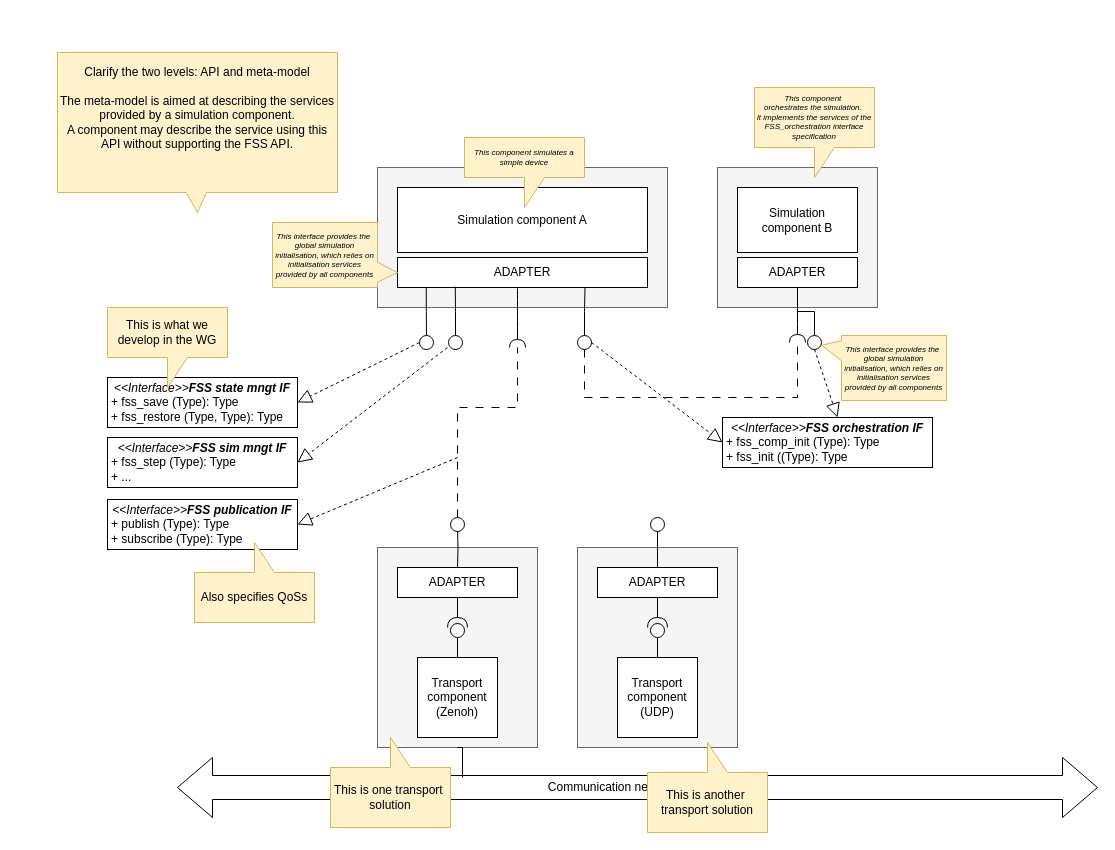
Earlier version of the draw.io diagram Diagramme sans nom.drawio (ericjenn/FSS). Source tidied: cells renumbered, new cells numbered last; positions are measured from the earlier drawing's top-left corner, leaving out a move shared by most shapes. Both pictures are drawn from the tidied source at 100%, with x=0, y=0 at pixel (57, 52). Pictures stored in the file or linked from it are replaced by grey dashed boxes.
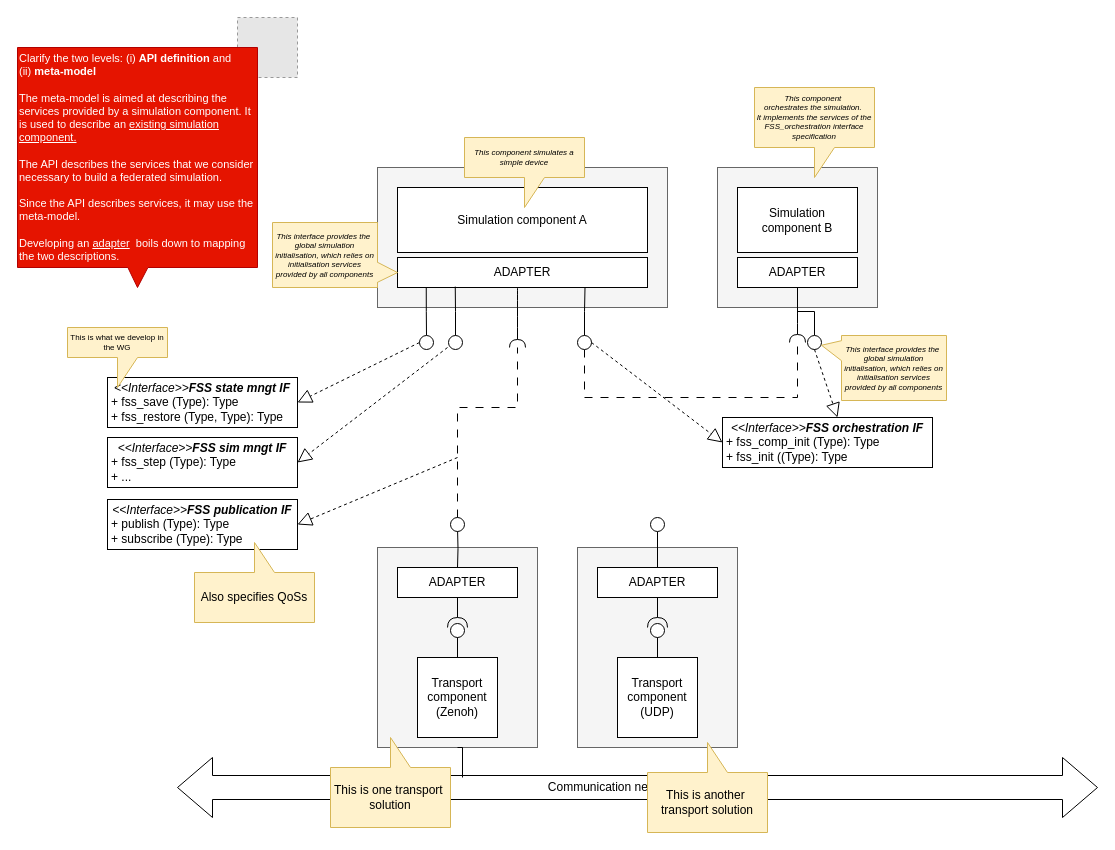
The same page after the edit.

Commit message:
Mettre à jour Diagramme sans nom.drawio

What changed in the source:
```diff
@@
+    <mxCell id="60" style="fillColor=#E6E6E6;strokeColor=#999999;dashed=1;verticalLabelPosition=bottom;labelBackgroundColor=default;verticalAlign=top;" parent="1" vertex="1">
+      <mxGeometry x="180" y="-35" width="60" height="60" as="geometry" />
+    </mxCell>
@@
-    <mxCell id="58" value="This is what we develop in the WG" style="shape=callout;whiteSpace=wrap;html=1;perimeter=calloutPerimeter;fillColor=#fff2cc;strokeColor=#d6b656;" parent="1" vertex="1">
-      <mxGeometry x="50" y="255" width="120" height="80" as="geometry" />
+    <mxCell id="58" value="This is what we develop in the WG" style="shape=callout;whiteSpace=wrap;html=1;perimeter=calloutPerimeter;fillColor=#fff2cc;strokeColor=#d6b656;fontSize=8;" parent="1" vertex="1">
+      <mxGeometry x="10" y="275" width="100" height="60" as="geometry" />
     </mxCell>
-    <mxCell id="59" value="Clarify the two levels: API and meta-model&lt;div&gt;&lt;br&gt;&lt;/div&gt;&lt;div&gt;The meta-model is aimed at describing the services provided by a simulation component.&lt;/div&gt;&lt;div&gt;A component may describe the service using this API without supporting the FSS API.&lt;/div&gt;&lt;div&gt;&lt;br&gt;&lt;div&gt;&lt;br&gt;&lt;/div&gt;&lt;/div&gt;" style="shape=callout;whiteSpace=wrap;html=1;perimeter=calloutPerimeter;fillColor=#fff2cc;strokeColor=#d6b656;size=20;position=0.46;position2=0.5;" parent="1" vertex="1">
-      <mxGeometry width="280" height="160" as="geometry" />
+    <mxCell id="59" value="Clarify the two levels: (i)&amp;nbsp;&lt;b&gt;API definition &lt;/b&gt;and (ii)&amp;nbsp;&lt;b&gt;meta-model&lt;/b&gt;&lt;div style=&quot;font-size: 11px;&quot;&gt;&lt;br style=&quot;font-size: 11px;&quot;&gt;&lt;/div&gt;&lt;div style=&quot;font-size: 11px;&quot;&gt;The meta-model is aimed at describing the services provided by a simulation component. It is used to describe an &lt;u&gt;existing simulation component.&lt;/u&gt;&lt;/div&gt;&lt;div style=&quot;font-size: 11px;&quot;&gt;&lt;u&gt;&lt;br&gt;&lt;/u&gt;&lt;/div&gt;&lt;div style=&quot;font-size: 11px;&quot;&gt;The API describes the services that we consider necessary to build a federated simulation.&amp;nbsp;&lt;/div&gt;&lt;div style=&quot;font-size: 11px;&quot;&gt;&lt;br&gt;&lt;/div&gt;&lt;div style=&quot;font-size: 11px;&quot;&gt;Since the API describes services, it may use the meta-model.&amp;nbsp;&lt;/div&gt;&lt;div style=&quot;font-size: 11px;&quot;&gt;&lt;br&gt;&lt;/div&gt;&lt;div style=&quot;font-size: 11px;&quot;&gt;Developing an &lt;u&gt;adapter&lt;/u&gt;&amp;nbsp; boils down to mapping the two descriptions.&amp;nbsp;&lt;/div&gt;" style="shape=callout;whiteSpace=wrap;html=1;perimeter=calloutPerimeter;fillColor=#e51400;strokeColor=#B20000;size=20;position=0.46;position2=0.5;fontSize=11;fontColor=#ffffff;align=left;" parent="1" vertex="1">
+      <mxGeometry x="-40" y="-5" width="240" height="240" as="geometry" />
     </mxCell>
```
